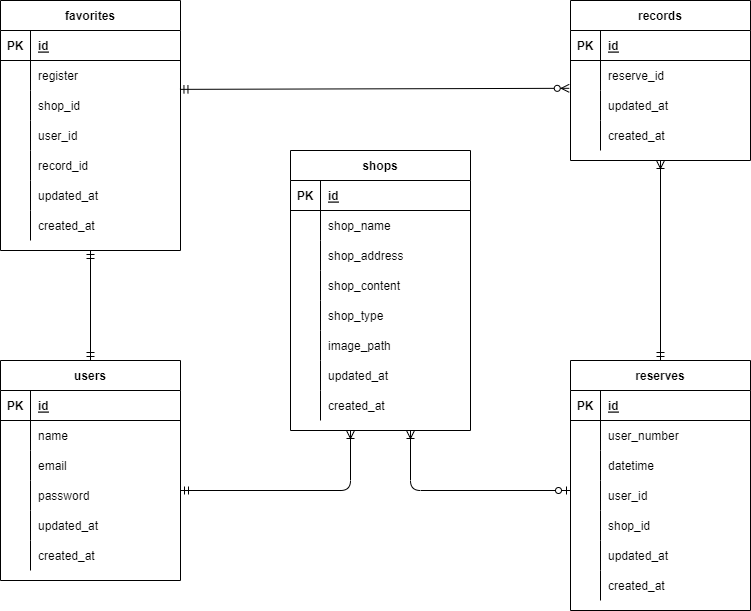
Earlier version of the draw.io export index.drawio.png (tatsumaki0301/Personalpj). Source tidied: cells renumbered, new cells last; positions are measured from the earlier drawing's top-left corner, leaving out a move shared by most shapes.
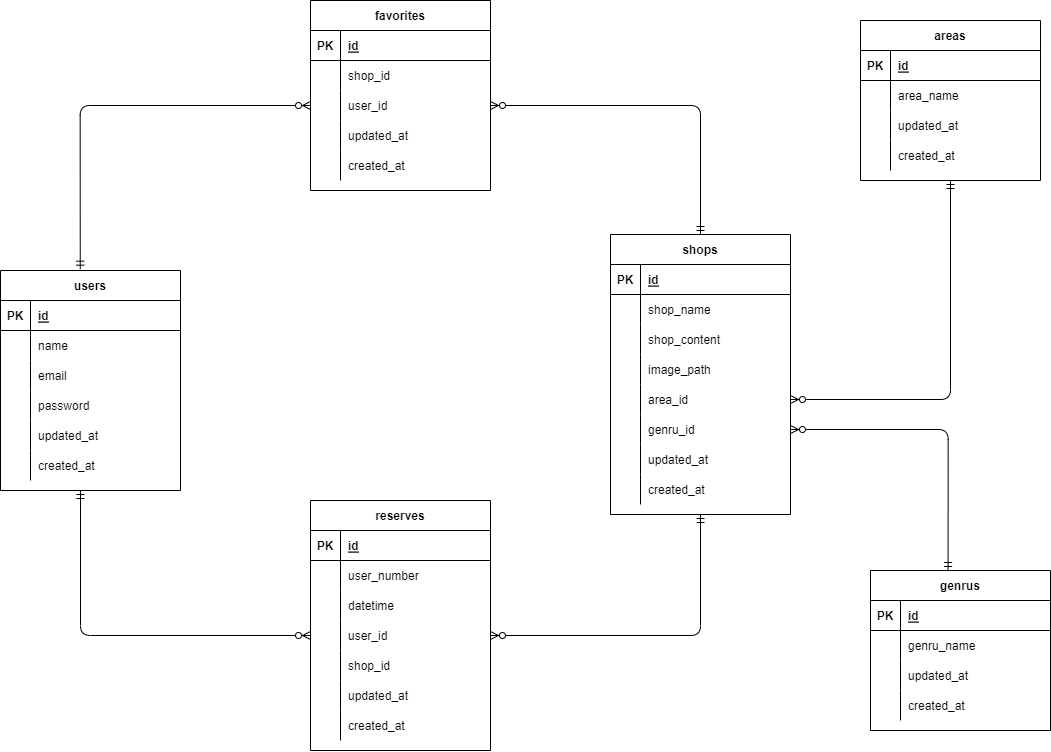
Later version of the same file.

The edit, as a diff of the source:
```diff
@@ -3,7 +3,7 @@
     <mxCell id="0" />
     <mxCell id="1" parent="0" />
     <mxCell id="2" value="users" style="shape=table;startSize=30;rowLines=0;fontStyle=1;align=center;" parent="1" vertex="1">
-      <mxGeometry y="360" width="180" height="220" as="geometry" />
+      <mxGeometry x="20" y="280" width="180" height="220" as="geometry" />
     </mxCell>
     <mxCell id="3" style="shape=partialRectangle;fillColor=none;top=0;left=0;bottom=1;right=0;" parent="2" vertex="1">
       <mxGeometry y="30" width="180" height="30" as="geometry" />
@@ -60,7 +60,7 @@
       <mxGeometry x="30" width="150" height="30" as="geometry" />
     </mxCell>
     <mxCell id="21" value="shops" style="shape=table;startSize=30;rowLines=0;fontStyle=1;align=center;" parent="1" vertex="1">
-      <mxGeometry x="290" y="150" width="180" height="280" as="geometry" />
+      <mxGeometry x="630" y="244" width="180" height="280" as="geometry" />
     </mxCell>
     <mxCell id="22" style="shape=partialRectangle;fillColor=none;top=0;left=0;bottom=1;right=0;" parent="21" vertex="1">
       <mxGeometry y="30" width="180" height="30" as="geometry" />
@@ -80,17 +80,8 @@
     <mxCell id="27" value="shop_name" style="shape=partialRectangle;fillColor=none;top=0;left=0;bottom=0;right=0;align=left;spacingLeft=6;overflow=hidden;" parent="25" vertex="1">
       <mxGeometry x="30" width="150" height="30" as="geometry" />
     </mxCell>
-    <mxCell id="28" style="shape=partialRectangle;fillColor=none;top=0;left=0;bottom=0;right=0;" parent="21" vertex="1">
-      <mxGeometry y="90" width="180" height="30" as="geometry" />
-    </mxCell>
-    <mxCell id="29" style="shape=partialRectangle;fillColor=none;top=0;left=0;bottom=0;right=0;overflow=hidden;" parent="28" vertex="1">
-      <mxGeometry width="30" height="30" as="geometry" />
-    </mxCell>
-    <mxCell id="30" value="shop_address" style="shape=partialRectangle;fillColor=none;top=0;left=0;bottom=0;right=0;align=left;spacingLeft=6;overflow=hidden;" parent="28" vertex="1">
-      <mxGeometry x="30" width="150" height="30" as="geometry" />
-    </mxCell>
     <mxCell id="31" style="shape=partialRectangle;fillColor=none;top=0;left=0;bottom=0;right=0;" parent="21" vertex="1">
-      <mxGeometry y="120" width="180" height="30" as="geometry" />
+      <mxGeometry y="90" width="180" height="30" as="geometry" />
     </mxCell>
     <mxCell id="32" style="shape=partialRectangle;fillColor=none;top=0;left=0;bottom=0;right=0;overflow=hidden;" parent="31" vertex="1">
       <mxGeometry width="30" height="30" as="geometry" />
@@ -98,13 +89,22 @@
     <mxCell id="33" value="shop_content" style="shape=partialRectangle;fillColor=none;top=0;left=0;bottom=0;right=0;align=left;spacingLeft=6;overflow=hidden;" parent="31" vertex="1">
       <mxGeometry x="30" width="150" height="30" as="geometry" />
     </mxCell>
+    <mxCell id="108" style="shape=partialRectangle;fillColor=none;top=0;left=0;bottom=0;right=0;" parent="21" vertex="1">
+      <mxGeometry y="120" width="180" height="30" as="geometry" />
+    </mxCell>
+    <mxCell id="109" style="shape=partialRectangle;fillColor=none;top=0;left=0;bottom=0;right=0;overflow=hidden;" parent="108" vertex="1">
+      <mxGeometry width="30" height="30" as="geometry" />
+    </mxCell>
+    <mxCell id="110" value="image_path" style="shape=partialRectangle;fillColor=none;top=0;left=0;bottom=0;right=0;align=left;spacingLeft=6;overflow=hidden;" parent="108" vertex="1">
+      <mxGeometry x="30" width="150" height="30" as="geometry" />
+    </mxCell>
     <mxCell id="34" style="shape=partialRectangle;fillColor=none;top=0;left=0;bottom=0;right=0;points=[[0,0.5],[1,0.5]];portConstraint=eastwest;" parent="21" vertex="1">
       <mxGeometry y="150" width="180" height="30" as="geometry" />
     </mxCell>
     <mxCell id="35" style="shape=partialRectangle;fillColor=none;top=0;left=0;bottom=0;right=0;overflow=hidden;" parent="34" vertex="1">
       <mxGeometry width="30" height="30" as="geometry" />
     </mxCell>
-    <mxCell id="36" value="shop_type" style="shape=partialRectangle;fillColor=none;top=0;left=0;bottom=0;right=0;align=left;spacingLeft=6;overflow=hidden;" parent="34" vertex="1">
+    <mxCell id="36" value="area_id" style="shape=partialRectangle;fillColor=none;top=0;left=0;bottom=0;right=0;align=left;spacingLeft=6;overflow=hidden;" parent="34" vertex="1">
       <mxGeometry x="30" width="150" height="30" as="geometry" />
     </mxCell>
     <mxCell id="37" style="shape=partialRectangle;fillColor=none;top=0;left=0;bottom=0;right=0;points=[[0,0.5],[1,0.5]];portConstraint=eastwest;" parent="21" vertex="1">
@@ -113,7 +113,7 @@
     <mxCell id="38" style="shape=partialRectangle;fillColor=none;top=0;left=0;bottom=0;right=0;overflow=hidden;" parent="37" vertex="1">
       <mxGeometry width="30" height="30" as="geometry" />
     </mxCell>
-    <mxCell id="39" value="image_path" style="shape=partialRectangle;fillColor=none;top=0;left=0;bottom=0;right=0;align=left;spacingLeft=6;overflow=hidden;" parent="37" vertex="1">
+    <mxCell id="39" value="genru_id" style="shape=partialRectangle;fillColor=none;top=0;left=0;bottom=0;right=0;align=left;spacingLeft=6;overflow=hidden;" parent="37" vertex="1">
       <mxGeometry x="30" width="150" height="30" as="geometry" />
     </mxCell>
     <mxCell id="40" style="shape=partialRectangle;fillColor=none;top=0;left=0;bottom=0;right=0;" parent="21" vertex="1">
@@ -135,7 +135,7 @@
       <mxGeometry x="30" width="150" height="30" as="geometry" />
     </mxCell>
     <mxCell id="46" value="reserves" style="shape=table;startSize=30;rowLines=0;fontStyle=1;align=center;" parent="1" vertex="1">
-      <mxGeometry x="570" y="360" width="180" height="250" as="geometry" />
+      <mxGeometry x="330" y="510" width="180" height="250" as="geometry" />
     </mxCell>
     <mxCell id="47" style="shape=partialRectangle;fillColor=none;top=0;left=0;bottom=1;right=0;" parent="46" vertex="1">
       <mxGeometry y="30" width="180" height="30" as="geometry" />
@@ -201,7 +201,7 @@
       <mxGeometry x="30" width="150" height="30" as="geometry" />
     </mxCell>
     <mxCell id="68" value="favorites" style="shape=table;startSize=30;rowLines=0;fontStyle=1;align=center;" parent="1" vertex="1">
-      <mxGeometry width="180" height="250" as="geometry" />
+      <mxGeometry x="330" y="10" width="180" height="190" as="geometry" />
     </mxCell>
     <mxCell id="69" style="shape=partialRectangle;fillColor=none;top=0;left=0;bottom=1;right=0;" parent="68" vertex="1">
       <mxGeometry y="30" width="180" height="30" as="geometry" />
@@ -212,17 +212,8 @@
     <mxCell id="71" value="id" style="shape=partialRectangle;fillColor=none;top=0;left=0;bottom=0;right=0;align=left;spacingLeft=6;fontStyle=5;overflow=hidden;" parent="69" vertex="1">
       <mxGeometry x="30" width="150" height="30" as="geometry" />
     </mxCell>
-    <mxCell id="72" style="shape=partialRectangle;fillColor=none;top=0;left=0;bottom=0;right=0;" parent="68" vertex="1">
-      <mxGeometry y="60" width="180" height="30" as="geometry" />
-    </mxCell>
-    <mxCell id="73" style="shape=partialRectangle;fillColor=none;top=0;left=0;bottom=0;right=0;overflow=hidden;" parent="72" vertex="1">
-      <mxGeometry width="30" height="30" as="geometry" />
-    </mxCell>
-    <mxCell id="74" value="register" style="shape=partialRectangle;fillColor=none;top=0;left=0;bottom=0;right=0;align=left;spacingLeft=6;overflow=hidden;" parent="72" vertex="1">
-      <mxGeometry x="30" width="150" height="30" as="geometry" />
-    </mxCell>
     <mxCell id="75" style="shape=partialRectangle;fillColor=none;top=0;left=0;bottom=0;right=0;points=[[0,0.5],[1,0.5]];portConstraint=eastwest;" parent="68" vertex="1">
-      <mxGeometry y="90" width="180" height="30" as="geometry" />
+      <mxGeometry y="60" width="180" height="30" as="geometry" />
     </mxCell>
     <mxCell id="76" style="shape=partialRectangle;fillColor=none;top=0;left=0;bottom=0;right=0;overflow=hidden;" parent="75" vertex="1">
       <mxGeometry width="30" height="30" as="geometry" />
@@ -231,7 +222,7 @@
       <mxGeometry x="30" width="150" height="30" as="geometry" />
     </mxCell>
     <mxCell id="78" style="shape=partialRectangle;fillColor=none;top=0;left=0;bottom=0;right=0;points=[[0,0.5],[1,0.5]];portConstraint=eastwest;" parent="68" vertex="1">
-      <mxGeometry y="120" width="180" height="30" as="geometry" />
+      <mxGeometry y="90" width="180" height="30" as="geometry" />
     </mxCell>
     <mxCell id="79" style="shape=partialRectangle;fillColor=none;top=0;left=0;bottom=0;right=0;overflow=hidden;" parent="78" vertex="1">
       <mxGeometry width="30" height="30" as="geometry" />
@@ -239,17 +230,8 @@
     <mxCell id="80" value="user_id" style="shape=partialRectangle;fillColor=none;top=0;left=0;bottom=0;right=0;align=left;spacingLeft=6;overflow=hidden;" parent="78" vertex="1">
       <mxGeometry x="30" width="150" height="30" as="geometry" />
     </mxCell>
-    <mxCell id="81" style="shape=partialRectangle;fillColor=none;top=0;left=0;bottom=0;right=0;" parent="68" vertex="1">
-      <mxGeometry y="150" width="180" height="30" as="geometry" />
-    </mxCell>
-    <mxCell id="82" style="shape=partialRectangle;fillColor=none;top=0;left=0;bottom=0;right=0;overflow=hidden;" parent="81" vertex="1">
-      <mxGeometry width="30" height="30" as="geometry" />
-    </mxCell>
-    <mxCell id="83" value="record_id" style="shape=partialRectangle;fillColor=none;top=0;left=0;bottom=0;right=0;align=left;spacingLeft=6;overflow=hidden;" parent="81" vertex="1">
-      <mxGeometry x="30" width="150" height="30" as="geometry" />
-    </mxCell>
     <mxCell id="84" style="shape=partialRectangle;fillColor=none;top=0;left=0;bottom=0;right=0;" parent="68" vertex="1">
-      <mxGeometry y="180" width="180" height="30" as="geometry" />
+      <mxGeometry y="120" width="180" height="30" as="geometry" />
     </mxCell>
     <mxCell id="85" style="shape=partialRectangle;fillColor=none;top=0;left=0;bottom=0;right=0;overflow=hidden;" parent="84" vertex="1">
       <mxGeometry width="30" height="30" as="geometry" />
@@ -258,7 +240,7 @@
       <mxGeometry x="30" width="150" height="30" as="geometry" />
     </mxCell>
     <mxCell id="87" style="shape=partialRectangle;fillColor=none;top=0;left=0;bottom=0;right=0;" parent="68" vertex="1">
-      <mxGeometry y="210" width="180" height="30" as="geometry" />
+      <mxGeometry y="150" width="180" height="30" as="geometry" />
     </mxCell>
     <mxCell id="88" style="shape=partialRectangle;fillColor=none;top=0;left=0;bottom=0;right=0;overflow=hidden;" parent="87" vertex="1">
       <mxGeometry width="30" height="30" as="geometry" />
@@ -266,8 +248,8 @@
     <mxCell id="89" value="created_at" style="shape=partialRectangle;fillColor=none;top=0;left=0;bottom=0;right=0;align=left;spacingLeft=6;overflow=hidden;" parent="87" vertex="1">
       <mxGeometry x="30" width="150" height="30" as="geometry" />
     </mxCell>
-    <mxCell id="90" value="records" style="shape=table;startSize=30;rowLines=0;fontStyle=1;align=center;" parent="1" vertex="1">
-      <mxGeometry x="570" width="180" height="160" as="geometry" />
+    <mxCell id="90" value="areas" style="shape=table;startSize=30;rowLines=0;fontStyle=1;align=center;" parent="1" vertex="1">
+      <mxGeometry x="880" y="30" width="180" height="160" as="geometry" />
     </mxCell>
     <mxCell id="91" style="shape=partialRectangle;fillColor=none;top=0;left=0;bottom=1;right=0;" parent="90" vertex="1">
       <mxGeometry y="30" width="180" height="30" as="geometry" />
@@ -284,7 +266,7 @@
     <mxCell id="95" style="shape=partialRectangle;fillColor=none;top=0;left=0;bottom=0;right=0;overflow=hidden;" parent="94" vertex="1">
       <mxGeometry width="30" height="30" as="geometry" />
     </mxCell>
-    <mxCell id="96" value="reserve_id" style="shape=partialRectangle;fillColor=none;top=0;left=0;bottom=0;right=0;align=left;spacingLeft=6;overflow=hidden;" parent="94" vertex="1">
+    <mxCell id="96" value="area_name" style="shape=partialRectangle;fillColor=none;top=0;left=0;bottom=0;right=0;align=left;spacingLeft=6;overflow=hidden;" parent="94" vertex="1">
       <mxGeometry x="30" width="150" height="30" as="geometry" />
     </mxCell>
     <mxCell id="97" style="shape=partialRectangle;fillColor=none;top=0;left=0;bottom=0;right=0;points=[[0,0.5],[1,0.5]];portConstraint=eastwest;" parent="90" vertex="1">
@@ -305,34 +287,64 @@
     <mxCell id="102" value="created_at" style="shape=partialRectangle;fillColor=none;top=0;left=0;bottom=0;right=0;align=left;spacingLeft=6;overflow=hidden;" parent="100" vertex="1">
       <mxGeometry x="30" width="150" height="30" as="geometry" />
     </mxCell>
-    <mxCell id="103" style="edgeStyle=orthogonalEdgeStyle;fontSize=12;html=1;endArrow=ERoneToMany;startArrow=ERmandOne;" parent="1" edge="1">
-      <mxGeometry relative="1" as="geometry">
-        <mxPoint x="180" y="490" as="sourcePoint" />
-        <mxPoint x="350" y="430" as="targetPoint" />
-        <Array as="points">
-          <mxPoint x="180" y="490" />
-          <mxPoint x="350" y="490" />
-        </Array>
-      </mxGeometry>
-    </mxCell>
-    <mxCell id="104" style="edgeStyle=orthogonalEdgeStyle;fontSize=12;html=1;endArrow=ERoneToMany;startArrow=ERzeroToOne;" parent="1" edge="1">
-      <mxGeometry relative="1" as="geometry">
-        <mxPoint x="570" y="490" as="sourcePoint" />
-        <mxPoint x="410" y="430" as="targetPoint" />
-        <Array as="points">
-          <mxPoint x="570" y="490" />
-          <mxPoint x="410" y="490" />
-        </Array>
-      </mxGeometry>
-    </mxCell>
-    <mxCell id="105" style="fontSize=12;html=1;endArrow=ERoneToMany;startArrow=ERmandOne;entryX=0.5;entryY=1;entryDx=0;entryDy=0;exitX=0.5;exitY=0;exitDx=0;exitDy=0;" parent="1" edge="1" source="46" target="90">
-      <mxGeometry relative="1" as="geometry" />
-    </mxCell>
-    <mxCell id="106" style="fontSize=12;html=1;endArrow=ERzeroToMany;startArrow=ERmandOne;entryX=-0.007;entryY=-0.073;entryDx=0;entryDy=0;entryPerimeter=0;exitX=0.997;exitY=-0.038;exitDx=0;exitDy=0;exitPerimeter=0;" parent="1" edge="1" source="75" target="97">
-      <mxGeometry relative="1" as="geometry" />
-    </mxCell>
-    <mxCell id="107" style="fontSize=12;html=1;endArrow=ERmandOne;startArrow=ERmandOne;entryX=0.5;entryY=1;entryDx=0;entryDy=0;exitX=0.5;exitY=0;exitDx=0;exitDy=0;" parent="1" edge="1" source="2" target="68">
-      <mxGeometry relative="1" as="geometry" />
-    </mxCell>
+    <mxCell id="111" value="genrus" style="shape=table;startSize=30;rowLines=0;fontStyle=1;align=center;" parent="1" vertex="1">
+      <mxGeometry x="890" y="580" width="180" height="160" as="geometry" />
+    </mxCell>
+    <mxCell id="112" style="shape=partialRectangle;fillColor=none;top=0;left=0;bottom=1;right=0;" parent="111" vertex="1">
+      <mxGeometry y="30" width="180" height="30" as="geometry" />
+    </mxCell>
+    <mxCell id="113" value="PK" style="shape=partialRectangle;fillColor=none;top=0;left=0;bottom=0;right=0;fontStyle=1;overflow=hidden;" parent="112" vertex="1">
+      <mxGeometry width="30" height="30" as="geometry" />
+    </mxCell>
+    <mxCell id="114" value="id" style="shape=partialRectangle;fillColor=none;top=0;left=0;bottom=0;right=0;align=left;spacingLeft=6;fontStyle=5;overflow=hidden;" parent="112" vertex="1">
+      <mxGeometry x="30" width="150" height="30" as="geometry" />
+    </mxCell>
+    <mxCell id="72" style="shape=partialRectangle;fillColor=none;top=0;left=0;bottom=0;right=0;" parent="111" vertex="1">
+      <mxGeometry y="60" width="180" height="30" as="geometry" />
+    </mxCell>
+    <mxCell id="115" style="shape=partialRectangle;fillColor=none;top=0;left=0;bottom=0;right=0;overflow=hidden;" parent="72" vertex="1">
+      <mxGeometry width="30" height="30" as="geometry" />
+    </mxCell>
+    <mxCell id="116" value="genru_name" style="shape=partialRectangle;fillColor=none;top=0;left=0;bottom=0;right=0;align=left;spacingLeft=6;overflow=hidden;" parent="72" vertex="1">
+      <mxGeometry x="30" width="150" height="30" as="geometry" />
+    </mxCell>
+    <mxCell id="28" style="shape=partialRectangle;fillColor=none;top=0;left=0;bottom=0;right=0;" parent="111" vertex="1">
+      <mxGeometry y="90" width="180" height="30" as="geometry" />
+    </mxCell>
+    <mxCell id="117" style="shape=partialRectangle;fillColor=none;top=0;left=0;bottom=0;right=0;overflow=hidden;" parent="28" vertex="1">
+      <mxGeometry width="30" height="30" as="geometry" />
+    </mxCell>
+    <mxCell id="118" value="updated_at" style="shape=partialRectangle;fillColor=none;top=0;left=0;bottom=0;right=0;align=left;spacingLeft=6;overflow=hidden;" parent="28" vertex="1">
+      <mxGeometry x="30" width="150" height="30" as="geometry" />
+    </mxCell>
+    <mxCell id="119" style="shape=partialRectangle;fillColor=none;top=0;left=0;bottom=0;right=0;" parent="111" vertex="1">
+      <mxGeometry y="120" width="180" height="30" as="geometry" />
+    </mxCell>
+    <mxCell id="120" style="shape=partialRectangle;fillColor=none;top=0;left=0;bottom=0;right=0;overflow=hidden;" parent="119" vertex="1">
+      <mxGeometry width="30" height="30" as="geometry" />
+    </mxCell>
+    <mxCell id="121" value="created_at" style="shape=partialRectangle;fillColor=none;top=0;left=0;bottom=0;right=0;align=left;spacingLeft=6;overflow=hidden;" parent="119" vertex="1">
+      <mxGeometry x="30" width="150" height="30" as="geometry" />
+    </mxCell>
+    <mxCell id="122" style="edgeStyle=orthogonalEdgeStyle;fontSize=12;html=1;endArrow=ERzeroToMany;startArrow=ERmandOne;entryX=1;entryY=0.5;entryDx=0;entryDy=0;exitX=0.5;exitY=1;exitDx=0;exitDy=0;" parent="1" edge="1" source="90" target="34">
+      <mxGeometry relative="1" as="geometry" />
+    </mxCell>
+    <mxCell id="123" style="edgeStyle=orthogonalEdgeStyle;fontSize=12;html=1;endArrow=ERzeroToMany;startArrow=ERmandOne;exitX=0.431;exitY=0;exitDx=0;exitDy=0;exitPerimeter=0;entryX=1;entryY=0.5;entryDx=0;entryDy=0;" parent="1" edge="1" source="111" target="37">
+      <mxGeometry relative="1" as="geometry" />
+    </mxCell>
+    <mxCell id="124" style="edgeStyle=orthogonalEdgeStyle;fontSize=12;html=1;endArrow=ERzeroToMany;startArrow=ERmandOne;entryX=1;entryY=0.5;entryDx=0;entryDy=0;exitX=0.5;exitY=0;exitDx=0;exitDy=0;" parent="1" edge="1" source="21" target="78">
+      <mxGeometry relative="1" as="geometry" />
+    </mxCell>
+    <mxCell id="125" style="edgeStyle=orthogonalEdgeStyle;fontSize=12;html=1;endArrow=ERzeroToMany;startArrow=ERmandOne;entryX=0;entryY=0.5;entryDx=0;entryDy=0;exitX=0.443;exitY=-0.006;exitDx=0;exitDy=0;exitPerimeter=0;" parent="1" edge="1" source="2" target="78">
+      <mxGeometry relative="1" as="geometry" />
+    </mxCell>
+    <mxCell id="126" style="edgeStyle=orthogonalEdgeStyle;fontSize=12;html=1;endArrow=ERzeroToMany;startArrow=ERmandOne;entryX=0;entryY=0.5;entryDx=0;entryDy=0;" parent="1" edge="1" target="56">
+      <mxGeometry relative="1" as="geometry">
+        <mxPoint x="100" y="500" as="sourcePoint" />
+      </mxGeometry>
+    </mxCell>
+    <mxCell id="127" style="edgeStyle=orthogonalEdgeStyle;fontSize=12;html=1;endArrow=ERzeroToMany;startArrow=ERmandOne;exitX=0.5;exitY=1;exitDx=0;exitDy=0;entryX=1;entryY=0.5;entryDx=0;entryDy=0;" parent="1" edge="1" source="21" target="56">
+      <mxGeometry relative="1" as="geometry" />
+    </mxCell>
   </root>
 </mxGraphModel>
```
